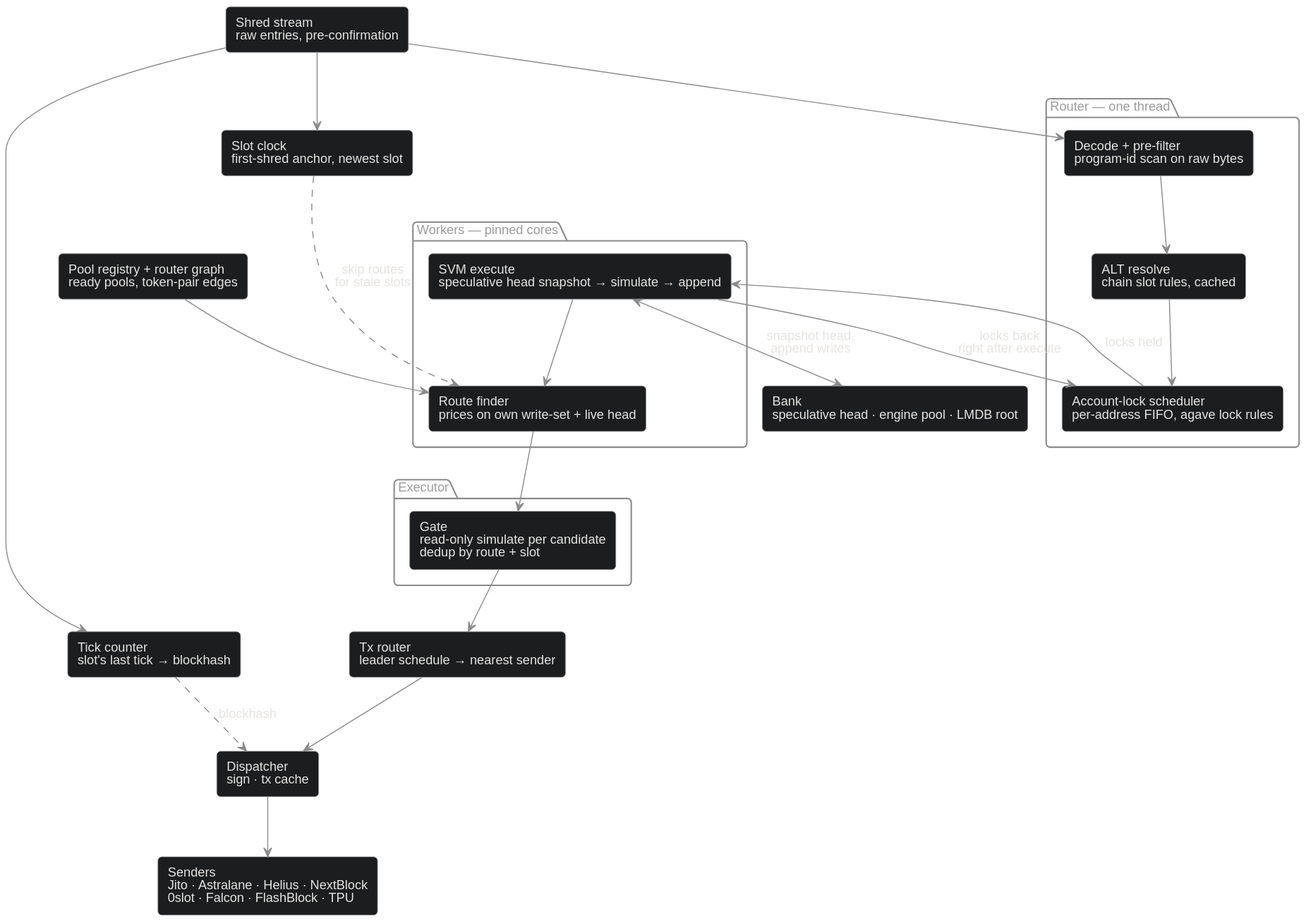
VladyslavHontar/portfolio keeps this PlantUML diagram as img/projects/Lumen/diagrams/pipeline-dark.svg. Above is the earlier version.
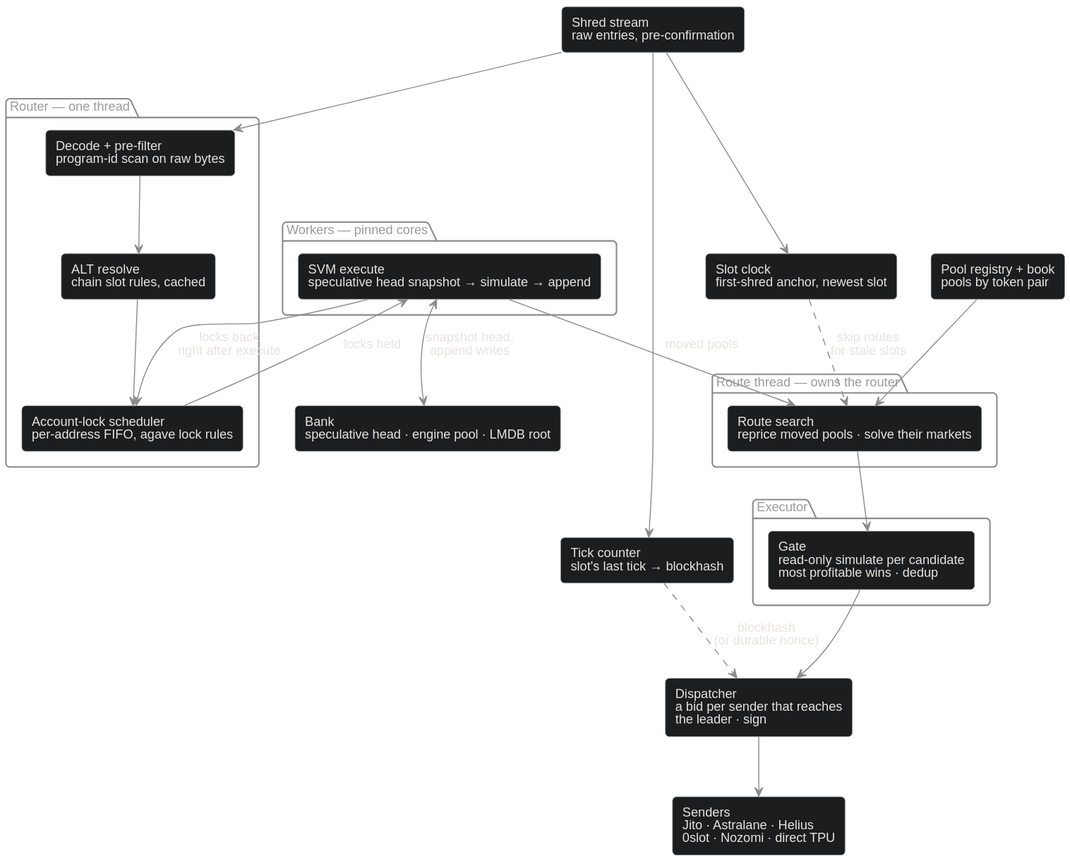
After the change.

What changed in the source:
```diff
@@ -40,18 +40,20 @@
 
 package "Workers — pinned cores" {
   rectangle "SVM execute\nspeculative head snapshot → simulate → append" as svm
-  rectangle "Route finder\nprices on own write-set + live head" as finder
+}
+
+package "Route thread — owns the router" {
+  rectangle "Route search\nreprice moved pools · solve their markets" as finder
 }
 
 package "Executor" {
-  rectangle "Gate\nread-only simulate per candidate\ndedup by route + slot" as gate
+  rectangle "Gate\nread-only simulate per candidate\nmost profitable wins · dedup" as gate
 }
 
 rectangle "Bank\nspeculative head · engine pool · LMDB root" as bank
-rectangle "Pool registry + router graph\nready pools, token-pair edges" as graph
-rectangle "Tx router\nleader schedule → nearest sender" as txr
-rectangle "Dispatcher\nsign · tx cache" as disp
-rectangle "Senders\nJito · Astralane · Helius · NextBlock\n0slot · Falcon · FlashBlock · TPU" as senders
+rectangle "Pool registry + book\npools by token pair" as graph
+rectangle "Dispatcher\na bid per sender that reaches\nthe leader · sign" as disp
+rectangle "Senders\nJito · Astralane · Helius\n0slot · Nozomi · direct TPU" as senders
 
 shreds --> decode
 shreds --> tick
@@ -60,13 +62,12 @@
 alt --> sched
 sched --> svm : locks held
 svm --> sched : locks back\nright after execute
-svm --> finder
+svm --> finder : moved pools
 finder --> gate
 svm <--> bank : snapshot head,\nappend writes
 graph --> finder
 clock -[#8b8b8b,dashed]-> finder : skip routes\nfor stale slots
-gate --> txr
-txr --> disp
-tick -[#8b8b8b,dashed]-> disp : blockhash
+gate --> disp
+tick -[#8b8b8b,dashed]-> disp : blockhash\n(or durable nonce)
 disp --> senders
 @enduml
```
